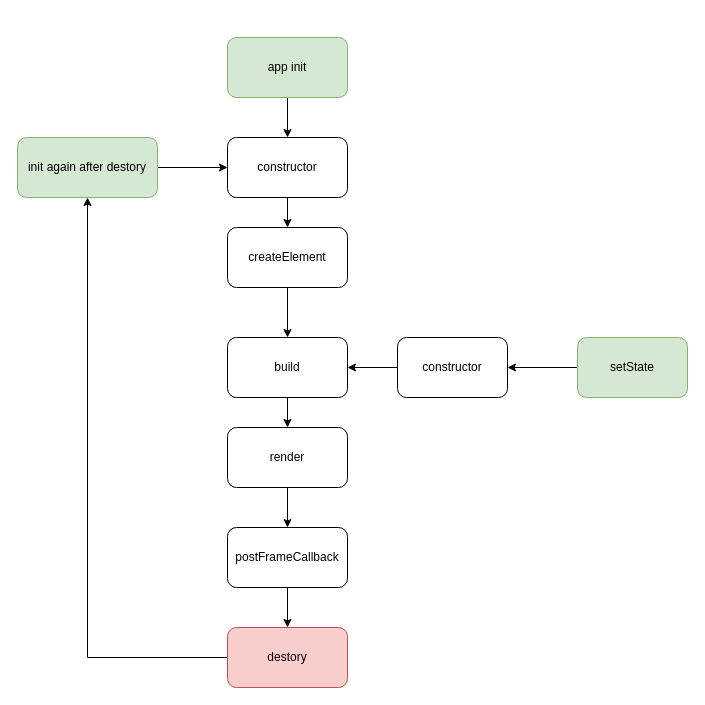
This is assets/drawio/diagrams/stateless_widget_life_cycle.drawio from tjx666/flutter_study, a draw.io file, before an edit. Source tidied: cells renumbered, new cells numbered last; positions are measured from the earlier drawing's top-left corner, leaving out a move shared by most shapes. Both pictures are drawn from the tidied source at 100%, with x=0, y=0 at pixel (17, 37).
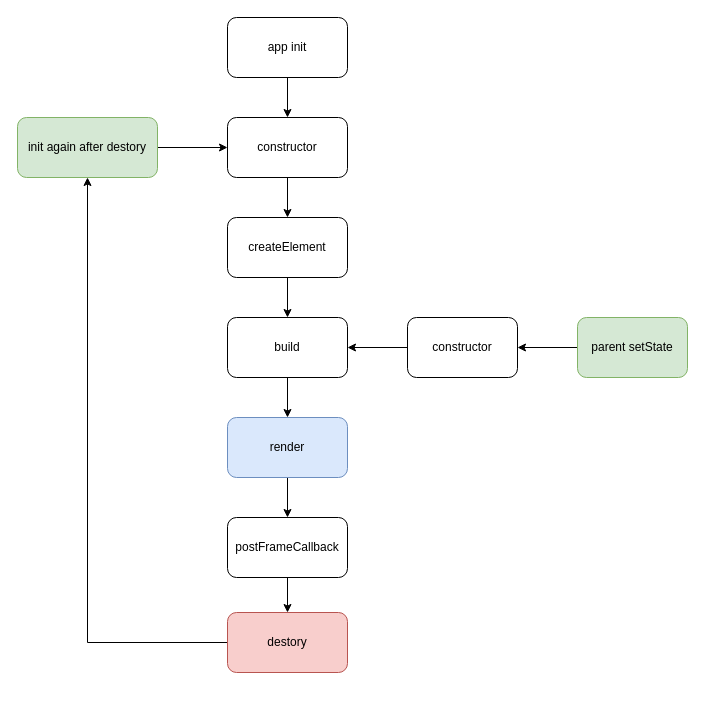
The same diagram, later.

Commit message (it also covers changes not shown here):
add statelful widget lifeCycle diagram

What changed in the source:
```diff
@@
     <mxCell id="3" value="createElement" style="rounded=1;whiteSpace=wrap;html=1;" parent="1" vertex="1">
-      <mxGeometry x="210" y="190" width="120" height="60" as="geometry" />
+      <mxGeometry x="210" y="180" width="120" height="60" as="geometry" />
     </mxCell>
@@
     <mxCell id="5" value="build" style="rounded=1;whiteSpace=wrap;html=1;" parent="1" vertex="1">
-      <mxGeometry x="210" y="300" width="120" height="60" as="geometry" />
+      <mxGeometry x="210" y="280" width="120" height="60" as="geometry" />
     </mxCell>
@@
-    <mxCell id="7" value="render" style="rounded=1;whiteSpace=wrap;html=1;" parent="1" vertex="1">
-      <mxGeometry x="210" y="390" width="120" height="60" as="geometry" />
+    <mxCell id="7" value="render" style="rounded=1;whiteSpace=wrap;html=1;fillColor=#dae8fc;strokeColor=#6c8ebf;" parent="1" vertex="1">
+      <mxGeometry x="210" y="380" width="120" height="60" as="geometry" />
     </mxCell>
@@
     <mxCell id="9" value="postFrameCallback" style="rounded=1;whiteSpace=wrap;html=1;" parent="1" vertex="1">
-      <mxGeometry x="210" y="490" width="120" height="60" as="geometry" />
+      <mxGeometry x="210" y="480" width="120" height="60" as="geometry" />
     </mxCell>
@@
     <mxCell id="11" value="destory" style="rounded=1;whiteSpace=wrap;html=1;fillColor=#f8cecc;strokeColor=#b85450;" parent="1" vertex="1">
-      <mxGeometry x="210" y="590" width="120" height="60" as="geometry" />
+      <mxGeometry x="210" y="575" width="120" height="60" as="geometry" />
     </mxCell>
@@
-    <mxCell id="13" value="app init" style="rounded=1;whiteSpace=wrap;html=1;fillColor=#d5e8d4;strokeColor=#82b366;" parent="1" vertex="1">
-      <mxGeometry x="210" width="120" height="60" as="geometry" />
+    <mxCell id="13" value="app init" style="rounded=1;whiteSpace=wrap;html=1;" parent="1" vertex="1">
+      <mxGeometry x="210" y="-20" width="120" height="60" as="geometry" />
     </mxCell>
@@
     <mxCell id="15" value="constructor" style="rounded=1;whiteSpace=wrap;html=1;" parent="1" vertex="1">
-      <mxGeometry x="210" y="100" width="120" height="60" as="geometry" />
+      <mxGeometry x="210" y="80" width="120" height="60" as="geometry" />
     </mxCell>
@@
-    <mxCell id="17" value="setState" style="rounded=1;whiteSpace=wrap;html=1;fillColor=#d5e8d4;strokeColor=#82b366;" parent="1" vertex="1">
-      <mxGeometry x="560" y="300" width="110" height="60" as="geometry" />
+    <mxCell id="17" value="parent setState" style="rounded=1;whiteSpace=wrap;html=1;fillColor=#d5e8d4;strokeColor=#82b366;" parent="1" vertex="1">
+      <mxGeometry x="560" y="280" width="110" height="60" as="geometry" />
     </mxCell>
@@
     <mxCell id="19" value="constructor" style="rounded=1;whiteSpace=wrap;html=1;" parent="1" vertex="1">
-      <mxGeometry x="380" y="300" width="110" height="60" as="geometry" />
+      <mxGeometry x="390" y="280" width="110" height="60" as="geometry" />
     </mxCell>
@@
     <mxCell id="21" value="init again after destory" style="rounded=1;whiteSpace=wrap;html=1;fillColor=#d5e8d4;strokeColor=#82b366;" parent="1" vertex="1">
-      <mxGeometry y="100" width="140" height="60" as="geometry" />
+      <mxGeometry y="80" width="140" height="60" as="geometry" />
     </mxCell>
```
